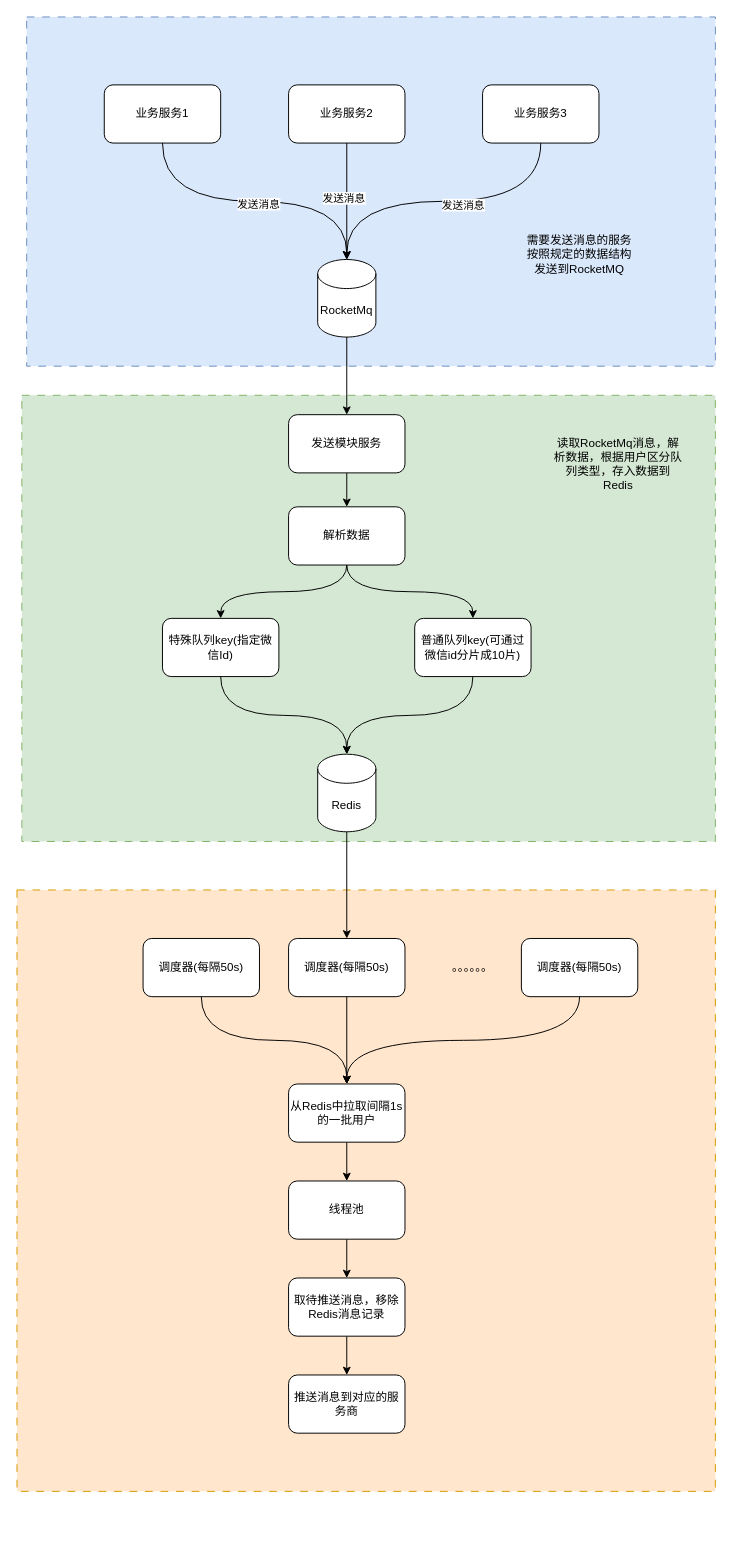
The draw.io diagram miyuan/发送模块架构.drawio in smallleaf/draw.io, before the edit. Source tidied: cells renumbered, new cells numbered last; positions are measured from the earlier drawing's top-left corner, leaving out a move shared by most shapes. Both pictures are drawn from the tidied source at 97%, with x=0, y=0 at pixel (16, 16).
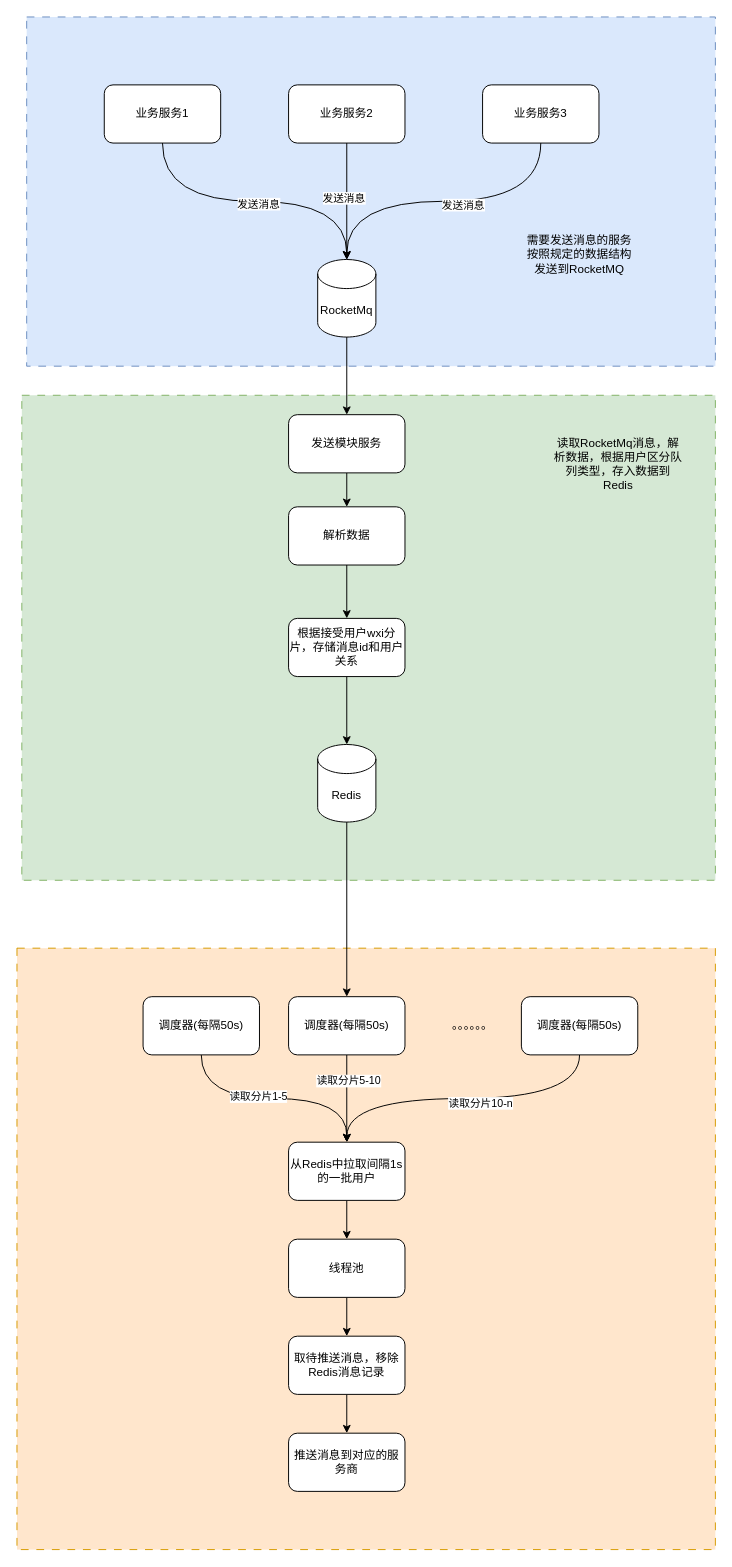
The same diagram, later.

Commit message (it also covers changes not shown here):
更新发送模块架构.drawio

The change refers to these unchanged cells:
```xml
<mxCell id="21" value="解析数据" style="rounded=1;whiteSpace=wrap;html=1;" parent="1" vertex="1">
  <mxGeometry x="280" y="505" width="120" height="60" as="geometry" />
</mxCell>
<mxCell id="29" style="edgeStyle=orthogonalEdgeStyle;rounded=0;jettySize=auto;html=1;" parent="1" edge="1" source="30" target="32">
  <mxGeometry relative="1" as="geometry" />
</mxCell>
```

What changed in the source:
```diff
@@
     <mxCell id="2" style="rounded=0;whiteSpace=wrap;html=1;dashed=1;dashPattern=8 8;fillColor=#ffe6cc;strokeColor=#d79b00;" parent="1" vertex="1">
-      <mxGeometry y="900" width="720" height="620" as="geometry" />
+      <mxGeometry y="960" width="720" height="620" as="geometry" />
     </mxCell>
     <mxCell id="3" style="rounded=0;whiteSpace=wrap;html=1;dashed=1;dashPattern=8 8;fillColor=#d5e8d4;strokeColor=#82b366;" parent="1" vertex="1">
-      <mxGeometry x="5" y="390" width="715" height="460" as="geometry" />
+      <mxGeometry x="5" y="390" width="715" height="500" as="geometry" />
     </mxCell>
@@
-    <mxCell id="19" style="edgeStyle=orthogonalEdgeStyle;rounded=0;jettySize=auto;html=1;exitX=0.5;exitY=1;exitDx=0;exitDy=0;entryX=0.5;entryY=0;entryDx=0;entryDy=0;curved=1;" parent="1" edge="1" source="21" target="24">
-      <mxGeometry relative="1" as="geometry" />
-    </mxCell>
-    <mxCell id="20" style="edgeStyle=orthogonalEdgeStyle;rounded=0;jettySize=auto;html=1;exitX=0.5;exitY=1;exitDx=0;exitDy=0;entryX=0.5;entryY=0;entryDx=0;entryDy=0;curved=1;" parent="1" edge="1" source="21" target="25">
-      <mxGeometry relative="1" as="geometry" />
-    </mxCell>
+    <mxCell id="43" style="edgeStyle=orthogonalEdgeStyle;rounded=0;jettySize=auto;html=1;exitX=0.5;exitY=1;exitDx=0;exitDy=0;entryX=0.5;entryY=0;entryDx=0;entryDy=0;" parent="1" edge="1" source="21" target="47">
+      <mxGeometry relative="1" as="geometry" />
+    </mxCell>
@@
     <mxCell id="23" value="Redis" style="shape=cylinder3;whiteSpace=wrap;html=1;boundedLbl=1;backgroundOutline=1;size=15;" parent="1" vertex="1">
-      <mxGeometry x="310" y="760" width="60" height="80" as="geometry" />
+      <mxGeometry x="310" y="750" width="60" height="80" as="geometry" />
     </mxCell>
-    <mxCell id="24" value="特殊队列key(指定微信Id)" style="rounded=1;whiteSpace=wrap;html=1;" parent="1" vertex="1">
-      <mxGeometry x="150" y="620" width="120" height="60" as="geometry" />
-    </mxCell>
-    <mxCell id="25" value="普通队列key(可通过微信id分片成10片)" style="rounded=1;whiteSpace=wrap;html=1;" parent="1" vertex="1">
-      <mxGeometry x="410" y="620" width="120" height="60" as="geometry" />
-    </mxCell>
-    <mxCell id="26" style="edgeStyle=orthogonalEdgeStyle;rounded=0;jettySize=auto;html=1;exitX=0.5;exitY=1;exitDx=0;exitDy=0;entryX=0.5;entryY=0;entryDx=0;entryDy=0;entryPerimeter=0;curved=1;" parent="1" edge="1" source="24" target="23">
-      <mxGeometry relative="1" as="geometry" />
-    </mxCell>
-    <mxCell id="27" style="edgeStyle=orthogonalEdgeStyle;rounded=0;jettySize=auto;html=1;exitX=0.5;exitY=1;exitDx=0;exitDy=0;entryX=0.5;entryY=0;entryDx=0;entryDy=0;entryPerimeter=0;curved=1;" parent="1" edge="1" source="25" target="23">
-      <mxGeometry relative="1" as="geometry" />
-    </mxCell>
@@
+    <mxCell id="44" value="读取分片5-10" style="edgeLabel;html=1;align=center;verticalAlign=middle;" parent="29" vertex="1">
+      <mxGeometry x="-0.42" y="1" relative="1" as="geometry" />
+    </mxCell>
     <mxCell id="30" value="调度器(每隔50s)" style="rounded=1;whiteSpace=wrap;html=1;" parent="1" vertex="1">
-      <mxGeometry x="280" y="950" width="120" height="60" as="geometry" />
+      <mxGeometry x="280" y="1010" width="120" height="60" as="geometry" />
     </mxCell>
@@
     <mxCell id="32" value="从Redis中拉取间隔1s的一批用户" style="rounded=1;whiteSpace=wrap;html=1;" parent="1" vertex="1">
-      <mxGeometry x="280" y="1100" width="120" height="60" as="geometry" />
+      <mxGeometry x="280" y="1160" width="120" height="60" as="geometry" />
     </mxCell>
     <mxCell id="33" style="edgeStyle=orthogonalEdgeStyle;rounded=0;jettySize=auto;html=1;exitX=0.5;exitY=1;exitDx=0;exitDy=0;curved=1;" parent="1" edge="1" source="34">
       <mxGeometry relative="1" as="geometry">
-        <mxPoint x="340" y="1100" as="targetPoint" />
+        <mxPoint x="340" y="1160" as="targetPoint" />
       </mxGeometry>
     </mxCell>
+    <mxCell id="45" value="读取分片1-5" style="edgeLabel;html=1;align=center;verticalAlign=middle;" parent="33" vertex="1">
+      <mxGeometry x="-0.14" y="3" relative="1" as="geometry" />
+    </mxCell>
     <mxCell id="34" value="调度器(每隔50s)" style="rounded=1;whiteSpace=wrap;html=1;" parent="1" vertex="1">
-      <mxGeometry x="130" y="950" width="120" height="60" as="geometry" />
+      <mxGeometry x="130" y="1010" width="120" height="60" as="geometry" />
     </mxCell>
     <mxCell id="35" style="edgeStyle=orthogonalEdgeStyle;rounded=0;jettySize=auto;html=1;exitX=0.5;exitY=1;exitDx=0;exitDy=0;curved=1;" parent="1" edge="1" source="36">
       <mxGeometry relative="1" as="geometry">
-        <mxPoint x="340" y="1100" as="targetPoint" />
+        <mxPoint x="340" y="1160" as="targetPoint" />
       </mxGeometry>
     </mxCell>
+    <mxCell id="46" value="读取分片10-n" style="edgeLabel;html=1;align=center;verticalAlign=middle;" parent="35" vertex="1">
+      <mxGeometry x="-0.1" y="4" relative="1" as="geometry" />
+    </mxCell>
     <mxCell id="36" value="调度器(每隔50s)" style="rounded=1;whiteSpace=wrap;html=1;" parent="1" vertex="1">
-      <mxGeometry x="520" y="950" width="120" height="60" as="geometry" />
+      <mxGeometry x="520" y="1010" width="120" height="60" as="geometry" />
     </mxCell>
     <mxCell id="37" value="。。。。。。" style="text;html=1;align=center;verticalAlign=middle;whiteSpace=wrap;rounded=0;" parent="1" vertex="1">
-      <mxGeometry x="440" y="965" width="60" height="30" as="geometry" />
+      <mxGeometry x="440" y="1025" width="60" height="30" as="geometry" />
     </mxCell>
@@
     <mxCell id="39" value="线程池" style="rounded=1;whiteSpace=wrap;html=1;" parent="1" vertex="1">
-      <mxGeometry x="280" y="1200" width="120" height="60" as="geometry" />
+      <mxGeometry x="280" y="1260" width="120" height="60" as="geometry" />
     </mxCell>
@@
     <mxCell id="41" value="取待推送消息，移除Redis消息记录" style="rounded=1;whiteSpace=wrap;html=1;" parent="1" vertex="1">
-      <mxGeometry x="280" y="1300" width="120" height="60" as="geometry" />
+      <mxGeometry x="280" y="1360" width="120" height="60" as="geometry" />
     </mxCell>
     <mxCell id="42" value="推送消息到对应的服务商" style="rounded=1;whiteSpace=wrap;html=1;" parent="1" vertex="1">
-      <mxGeometry x="280" y="1400" width="120" height="60" as="geometry" />
+      <mxGeometry x="280" y="1460" width="120" height="60" as="geometry" />
     </mxCell>
+    <mxCell id="47" value="根据接受用户wxi分片，存储消息id和用户关系" style="rounded=1;whiteSpace=wrap;html=1;" parent="1" vertex="1">
+      <mxGeometry x="280" y="620" width="120" height="60" as="geometry" />
+    </mxCell>
+    <mxCell id="48" style="edgeStyle=orthogonalEdgeStyle;rounded=0;jettySize=auto;html=1;exitX=0.5;exitY=1;exitDx=0;exitDy=0;entryX=0.5;entryY=0;entryDx=0;entryDy=0;entryPerimeter=0;" parent="1" edge="1" source="47" target="23">
+      <mxGeometry relative="1" as="geometry" />
+    </mxCell>
```
